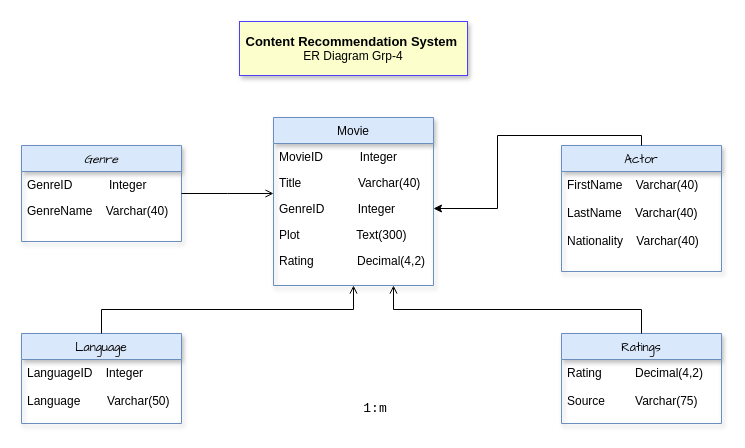
This is Content Recommender ER.drawio from RabindraMishra-AIDS/Credit-Card-Analysis-Power-BI, a draw.io file, before an edit. Source tidied: cells renumbered, new cells numbered last; positions are measured from the earlier drawing's top-left corner, leaving out a move shared by most shapes. Both pictures are drawn from the tidied source at 100%, with x=0, y=0 at pixel (21, 21).
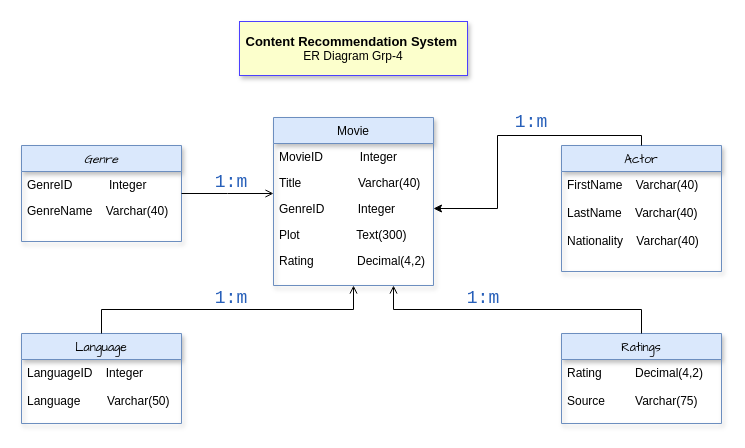
Above is the later version.

What changed in the source:
```diff
@@
-    <mxCell id="22" value="&lt;pre&gt;&lt;font style=&quot;font-size: 13px;&quot;&gt;1:m&lt;/font&gt;&lt;/pre&gt;" style="text;strokeColor=none;align=center;fillColor=none;html=1;verticalAlign=middle;whiteSpace=wrap;rounded=0;" parent="1" vertex="1">
-      <mxGeometry x="324" y="372" width="60" height="30" as="geometry" />
+    <mxCell id="22" value="&lt;pre style=&quot;font-size: 18px;&quot;&gt;&lt;font color=&quot;#275fb9&quot; style=&quot;font-size: 18px;&quot;&gt;1:m&lt;/font&gt;&lt;/pre&gt;" style="text;strokeColor=none;align=center;fillColor=none;html=1;verticalAlign=middle;whiteSpace=wrap;rounded=0;fontSize=18;" parent="1" vertex="1">
+      <mxGeometry x="180" y="146" width="60" height="30" as="geometry" />
     </mxCell>
+    <mxCell id="23" value="&lt;pre style=&quot;font-size: 18px;&quot;&gt;&lt;font color=&quot;#275fb9&quot; style=&quot;font-size: 18px;&quot;&gt;1:m&lt;/font&gt;&lt;/pre&gt;" style="text;strokeColor=none;align=center;fillColor=none;html=1;verticalAlign=middle;whiteSpace=wrap;rounded=0;fontSize=18;" parent="1" vertex="1">
+      <mxGeometry x="180" y="262" width="60" height="30" as="geometry" />
+    </mxCell>
+    <mxCell id="24" value="&lt;pre style=&quot;font-size: 18px;&quot;&gt;&lt;font color=&quot;#275fb9&quot; style=&quot;font-size: 18px;&quot;&gt;1:m&lt;/font&gt;&lt;/pre&gt;" style="text;strokeColor=none;align=center;fillColor=none;html=1;verticalAlign=middle;whiteSpace=wrap;rounded=0;fontSize=18;" parent="1" vertex="1">
+      <mxGeometry x="432" y="262" width="60" height="30" as="geometry" />
+    </mxCell>
+    <mxCell id="25" value="&lt;pre style=&quot;font-size: 18px;&quot;&gt;&lt;font color=&quot;#275fb9&quot; style=&quot;font-size: 18px;&quot;&gt;1:m&lt;/font&gt;&lt;/pre&gt;" style="text;strokeColor=none;align=center;fillColor=none;html=1;verticalAlign=middle;whiteSpace=wrap;rounded=0;fontSize=18;" parent="1" vertex="1">
+      <mxGeometry x="480" y="86" width="60" height="30" as="geometry" />
+    </mxCell>
```
